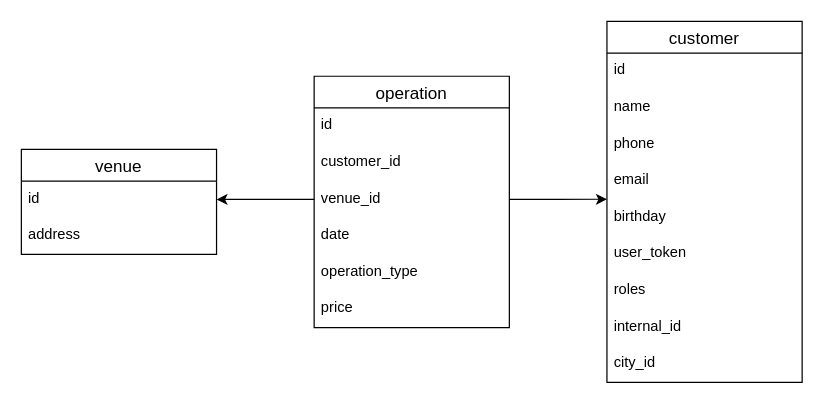
Earlier version of the draw.io diagram Диаграмма без названия.drawio (arthurshelbaev/99-bottles). Source tidied: cells renumbered, new cells numbered last; positions are measured from the earlier drawing's top-left corner, leaving out a move shared by most shapes. Both pictures are drawn from the tidied source at 122%, with x=0, y=0 at pixel (21, 21).
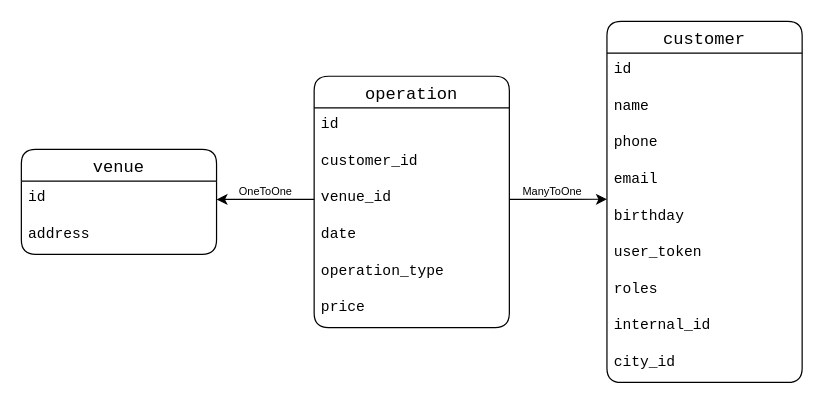
The same diagram, later.

What changed in the source:
```diff
@@
-    <mxCell id="2" value="venue" style="swimlane;fontStyle=0;horizontal=1;startSize=26;align=center;fontSize=14;" parent="1" vertex="1">
+    <mxCell id="2" value="venue" style="swimlane;fontStyle=0;horizontal=1;startSize=26;align=center;fontSize=14;fontFamily=Courier New;rounded=1;" parent="1" vertex="1">
       <mxGeometry y="105" width="160" height="86" as="geometry" />
     </mxCell>
-    <mxCell id="3" value="id" style="text;strokeColor=none;fillColor=none;spacingLeft=4;spacingRight=4;overflow=hidden;points=[[0,0.5],[1,0.5]];portConstraint=eastwest;fontSize=12;whiteSpace=wrap;html=1;" parent="2" vertex="1">
+    <mxCell id="3" value="id" style="text;strokeColor=none;fillColor=none;spacingLeft=4;spacingRight=4;overflow=hidden;points=[[0,0.5],[1,0.5]];portConstraint=eastwest;fontSize=12;whiteSpace=wrap;html=1;fontStyle=0;fontFamily=Courier New;rounded=1;" parent="2" vertex="1">
       <mxGeometry y="26" width="160" height="30" as="geometry" />
     </mxCell>
-    <mxCell id="4" value="address" style="text;strokeColor=none;fillColor=none;spacingLeft=4;spacingRight=4;overflow=hidden;fontSize=12;whiteSpace=wrap;html=1;" parent="2" vertex="1">
+    <mxCell id="4" value="address" style="text;strokeColor=none;fillColor=none;spacingLeft=4;spacingRight=4;overflow=hidden;fontSize=12;whiteSpace=wrap;html=1;fontStyle=0;fontFamily=Courier New;rounded=1;" parent="2" vertex="1">
       <mxGeometry y="56" width="160" height="30" as="geometry" />
     </mxCell>
-    <mxCell id="5" value="operation" style="swimlane;fontStyle=0;horizontal=1;startSize=26;align=center;fontSize=14;" parent="1" vertex="1">
+    <mxCell id="5" value="operation" style="swimlane;fontStyle=0;horizontal=1;startSize=26;align=center;fontSize=14;fontFamily=Courier New;rounded=1;" parent="1" vertex="1">
       <mxGeometry x="240" y="45" width="160" height="206" as="geometry" />
     </mxCell>
-    <mxCell id="6" value="id" style="text;strokeColor=none;fillColor=none;spacingLeft=4;spacingRight=4;overflow=hidden;fontSize=12;whiteSpace=wrap;html=1;" parent="5" vertex="1">
+    <mxCell id="6" value="id" style="text;strokeColor=none;fillColor=none;spacingLeft=4;spacingRight=4;overflow=hidden;fontSize=12;whiteSpace=wrap;html=1;fontStyle=0;fontFamily=Courier New;rounded=1;" parent="5" vertex="1">
       <mxGeometry y="26" width="160" height="30" as="geometry" />
     </mxCell>
-    <mxCell id="7" value="customer_id" style="text;strokeColor=none;fillColor=none;spacingLeft=4;spacingRight=4;overflow=hidden;fontSize=12;whiteSpace=wrap;html=1;" parent="5" vertex="1">
+    <mxCell id="7" value="customer_id" style="text;strokeColor=none;fillColor=none;spacingLeft=4;spacingRight=4;overflow=hidden;fontSize=12;whiteSpace=wrap;html=1;fontStyle=0;fontFamily=Courier New;rounded=1;" parent="5" vertex="1">
       <mxGeometry y="56" width="160" height="30" as="geometry" />
     </mxCell>
-    <mxCell id="8" value="venue_id" style="text;strokeColor=none;fillColor=none;spacingLeft=4;spacingRight=4;overflow=hidden;points=[[0,0.5],[1,0.5]];portConstraint=eastwest;fontSize=12;whiteSpace=wrap;html=1;" parent="5" vertex="1">
+    <mxCell id="8" value="venue_id" style="text;strokeColor=none;fillColor=none;spacingLeft=4;spacingRight=4;overflow=hidden;points=[[0,0.5],[1,0.5]];portConstraint=eastwest;fontSize=12;whiteSpace=wrap;html=1;fontStyle=0;fontFamily=Courier New;rounded=1;" parent="5" vertex="1">
       <mxGeometry y="86" width="160" height="30" as="geometry" />
     </mxCell>
-    <mxCell id="9" value="date" style="text;strokeColor=none;fillColor=none;spacingLeft=4;spacingRight=4;overflow=hidden;fontSize=12;whiteSpace=wrap;html=1;" parent="5" vertex="1">
+    <mxCell id="9" value="date" style="text;strokeColor=none;fillColor=none;spacingLeft=4;spacingRight=4;overflow=hidden;fontSize=12;whiteSpace=wrap;html=1;fontStyle=0;fontFamily=Courier New;rounded=1;" parent="5" vertex="1">
       <mxGeometry y="116" width="160" height="30" as="geometry" />
     </mxCell>
-    <mxCell id="10" value="operation_type" style="text;strokeColor=none;fillColor=none;spacingLeft=4;spacingRight=4;overflow=hidden;fontSize=12;whiteSpace=wrap;html=1;" parent="5" vertex="1">
+    <mxCell id="10" value="operation_type" style="text;strokeColor=none;fillColor=none;spacingLeft=4;spacingRight=4;overflow=hidden;fontSize=12;whiteSpace=wrap;html=1;fontStyle=0;fontFamily=Courier New;rounded=1;" parent="5" vertex="1">
       <mxGeometry y="146" width="160" height="30" as="geometry" />
     </mxCell>
-    <mxCell id="11" value="price" style="text;strokeColor=none;fillColor=none;spacingLeft=4;spacingRight=4;overflow=hidden;fontSize=12;whiteSpace=wrap;html=1;" parent="5" vertex="1">
+    <mxCell id="11" value="price" style="text;strokeColor=none;fillColor=none;spacingLeft=4;spacingRight=4;overflow=hidden;fontSize=12;whiteSpace=wrap;html=1;fontStyle=0;fontFamily=Courier New;rounded=1;" parent="5" vertex="1">
       <mxGeometry y="176" width="160" height="30" as="geometry" />
     </mxCell>
-    <mxCell id="12" value="customer" style="swimlane;fontStyle=0;horizontal=1;startSize=26;align=center;fontSize=14;" parent="1" vertex="1">
+    <mxCell id="12" value="customer" style="swimlane;fontStyle=0;horizontal=1;startSize=26;align=center;fontSize=14;fontFamily=Courier New;rounded=1;" parent="1" vertex="1">
       <mxGeometry x="480" width="160" height="296" as="geometry" />
     </mxCell>
-    <mxCell id="13" value="id" style="text;strokeColor=none;fillColor=none;spacingLeft=4;spacingRight=4;overflow=hidden;fontSize=12;whiteSpace=wrap;html=1;" parent="12" vertex="1">
+    <mxCell id="13" value="id" style="text;strokeColor=none;fillColor=none;spacingLeft=4;spacingRight=4;overflow=hidden;fontSize=12;whiteSpace=wrap;html=1;fontStyle=0;fontFamily=Courier New;rounded=1;" parent="12" vertex="1">
       <mxGeometry y="26" width="160" height="30" as="geometry" />
     </mxCell>
-    <mxCell id="14" value="name" style="text;strokeColor=none;fillColor=none;spacingLeft=4;spacingRight=4;overflow=hidden;fontSize=12;whiteSpace=wrap;html=1;" parent="12" vertex="1">
+    <mxCell id="14" value="name" style="text;strokeColor=none;fillColor=none;spacingLeft=4;spacingRight=4;overflow=hidden;fontSize=12;whiteSpace=wrap;html=1;fontStyle=0;fontFamily=Courier New;rounded=1;" parent="12" vertex="1">
       <mxGeometry y="56" width="160" height="30" as="geometry" />
     </mxCell>
-    <mxCell id="15" value="phone" style="text;strokeColor=none;fillColor=none;spacingLeft=4;spacingRight=4;overflow=hidden;fontSize=12;whiteSpace=wrap;html=1;" parent="12" vertex="1">
+    <mxCell id="15" value="phone" style="text;strokeColor=none;fillColor=none;spacingLeft=4;spacingRight=4;overflow=hidden;fontSize=12;whiteSpace=wrap;html=1;fontStyle=0;fontFamily=Courier New;rounded=1;" parent="12" vertex="1">
       <mxGeometry y="86" width="160" height="30" as="geometry" />
     </mxCell>
-    <mxCell id="16" value="email" style="text;strokeColor=none;fillColor=none;spacingLeft=4;spacingRight=4;overflow=hidden;fontSize=12;whiteSpace=wrap;html=1;" parent="12" vertex="1">
+    <mxCell id="16" value="email" style="text;strokeColor=none;fillColor=none;spacingLeft=4;spacingRight=4;overflow=hidden;fontSize=12;whiteSpace=wrap;html=1;fontStyle=0;fontFamily=Courier New;rounded=1;" parent="12" vertex="1">
       <mxGeometry y="116" width="160" height="30" as="geometry" />
     </mxCell>
-    <mxCell id="17" value="birthday" style="text;strokeColor=none;fillColor=none;spacingLeft=4;spacingRight=4;overflow=hidden;fontSize=12;whiteSpace=wrap;html=1;" parent="12" vertex="1">
+    <mxCell id="17" value="birthday" style="text;strokeColor=none;fillColor=none;spacingLeft=4;spacingRight=4;overflow=hidden;fontSize=12;whiteSpace=wrap;html=1;fontStyle=0;fontFamily=Courier New;rounded=1;" parent="12" vertex="1">
       <mxGeometry y="146" width="160" height="30" as="geometry" />
     </mxCell>
-    <mxCell id="18" value="user_token" style="text;strokeColor=none;fillColor=none;spacingLeft=4;spacingRight=4;overflow=hidden;fontSize=12;whiteSpace=wrap;html=1;" parent="12" vertex="1">
+    <mxCell id="18" value="user_token" style="text;strokeColor=none;fillColor=none;spacingLeft=4;spacingRight=4;overflow=hidden;fontSize=12;whiteSpace=wrap;html=1;fontStyle=0;fontFamily=Courier New;rounded=1;" parent="12" vertex="1">
       <mxGeometry y="176" width="160" height="30" as="geometry" />
     </mxCell>
-    <mxCell id="19" value="roles" style="text;strokeColor=none;fillColor=none;spacingLeft=4;spacingRight=4;overflow=hidden;fontSize=12;whiteSpace=wrap;html=1;" parent="12" vertex="1">
+    <mxCell id="19" value="roles" style="text;strokeColor=none;fillColor=none;spacingLeft=4;spacingRight=4;overflow=hidden;fontSize=12;whiteSpace=wrap;html=1;fontStyle=0;fontFamily=Courier New;rounded=1;" parent="12" vertex="1">
       <mxGeometry y="206" width="160" height="30" as="geometry" />
     </mxCell>
-    <mxCell id="20" value="internal_id" style="text;strokeColor=none;fillColor=none;spacingLeft=4;spacingRight=4;overflow=hidden;fontSize=12;whiteSpace=wrap;html=1;" parent="12" vertex="1">
+    <mxCell id="20" value="internal_id" style="text;strokeColor=none;fillColor=none;spacingLeft=4;spacingRight=4;overflow=hidden;fontSize=12;whiteSpace=wrap;html=1;fontStyle=0;fontFamily=Courier New;rounded=1;" parent="12" vertex="1">
       <mxGeometry y="236" width="160" height="30" as="geometry" />
     </mxCell>
-    <mxCell id="21" value="city_id" style="text;strokeColor=none;fillColor=none;spacingLeft=4;spacingRight=4;overflow=hidden;fontSize=12;whiteSpace=wrap;html=1;" parent="12" vertex="1">
+    <mxCell id="21" value="city_id" style="text;strokeColor=none;fillColor=none;spacingLeft=4;spacingRight=4;overflow=hidden;fontSize=12;whiteSpace=wrap;html=1;fontStyle=0;fontFamily=Courier New;rounded=1;" parent="12" vertex="1">
       <mxGeometry y="266" width="160" height="30" as="geometry" />
     </mxCell>
-    <mxCell id="22" style="edgeStyle=orthogonalEdgeStyle;rounded=0;jettySize=auto;html=1;entryX=1;entryY=0.5;entryDx=0;entryDy=0;" parent="1" edge="1" source="8" target="3">
+    <mxCell id="22" style="edgeStyle=orthogonalEdgeStyle;rounded=1;jettySize=auto;html=1;entryX=1;entryY=0.5;entryDx=0;entryDy=0;fontStyle=0;fontFamily=Courier New;" parent="1" edge="1" source="8" target="3">
       <mxGeometry relative="1" as="geometry" />
     </mxCell>
-    <mxCell id="23" style="edgeStyle=orthogonalEdgeStyle;rounded=0;jettySize=auto;html=1;exitX=1;exitY=0.5;exitDx=0;exitDy=0;" parent="1" edge="1" source="8">
+    <mxCell id="23" style="edgeStyle=orthogonalEdgeStyle;rounded=1;jettySize=auto;html=1;exitX=1;exitY=0.5;exitDx=0;exitDy=0;fontStyle=0;fontFamily=Courier New;" parent="1" edge="1" source="8">
       <mxGeometry relative="1" as="geometry">
         <mxPoint x="480" y="145.8" as="targetPoint" />
       </mxGeometry>
     </mxCell>
+    <mxCell id="24" value="OneToOne" style="text;html=1;align=center;verticalAlign=middle;strokeColor=none;fillColor=none;fontSize=9;" parent="1" vertex="1">
+      <mxGeometry x="165" y="130" width="70" height="20" as="geometry" />
+    </mxCell>
+    <mxCell id="25" value="ManyToOne" style="text;html=1;align=center;verticalAlign=middle;strokeColor=none;fillColor=none;fontSize=9;" parent="1" vertex="1">
+      <mxGeometry x="400" y="130" width="70" height="20" as="geometry" />
+    </mxCell>
```
